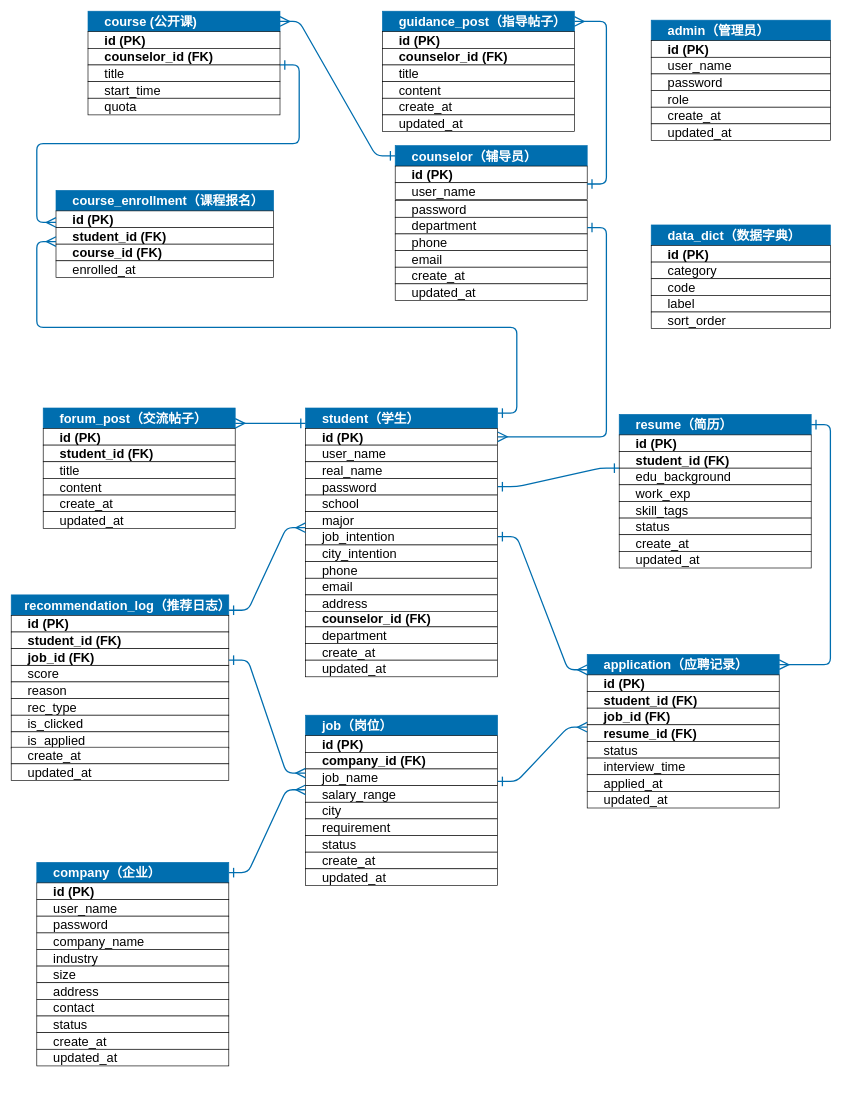
Avocadohxx/career keeps this draw.io diagram as 图表/ER图v3-无数据无中文.drawio. Above is the earlier version. Source tidied: cells renumbered, new cells numbered last; positions are measured from the earlier drawing's top-left corner, leaving out a move shared by most shapes. Both pictures are drawn from the tidied source at 64%, with x=0, y=0 at pixel (11, 11).
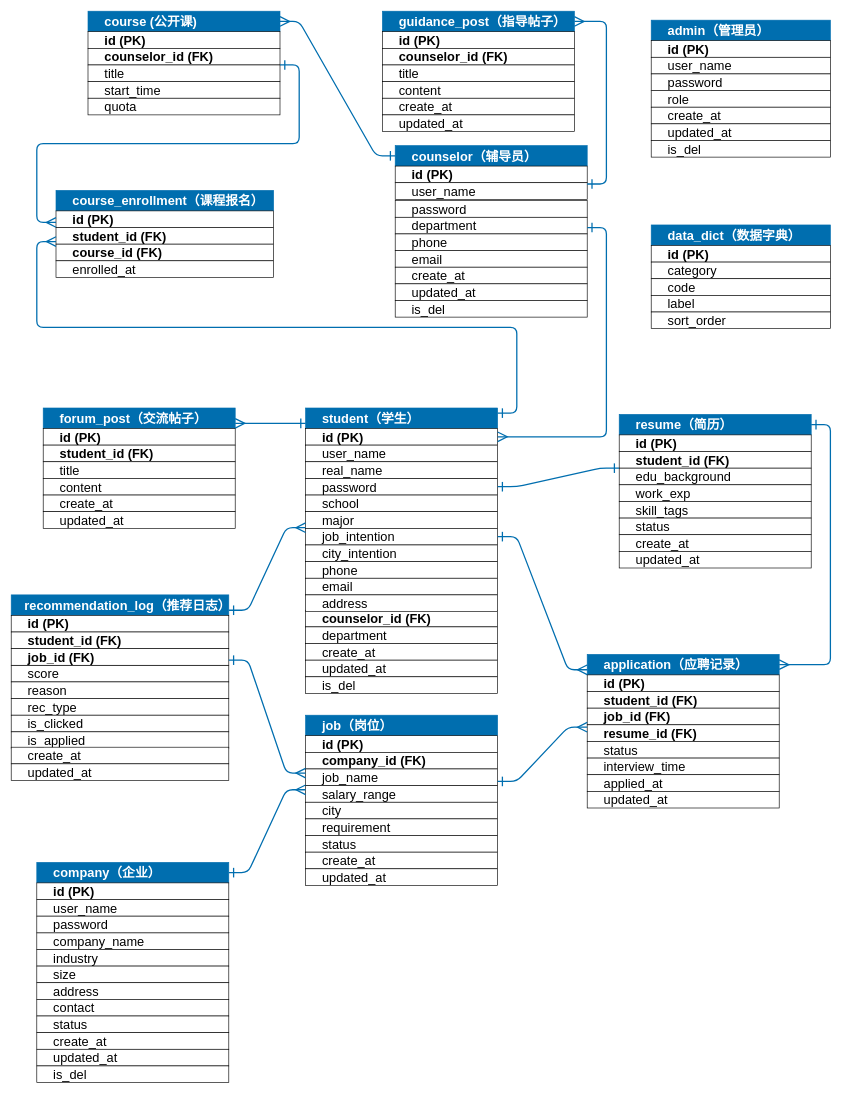
After the change.

Diff of the diagram source:
```diff
@@
+    <mxCell id="129" value="is_del" style="rounded=0;whiteSpace=wrap;html=1;fontSize=20;align=left;spacingLeft=24;" parent="1" vertex="1">
+      <mxGeometry x="460" y="1040" width="300" height="26" as="geometry" />
+    </mxCell>
+    <mxCell id="130" value="is_del" style="rounded=0;whiteSpace=wrap;html=1;fontSize=20;align=left;spacingLeft=24;" parent="1" vertex="1">
+      <mxGeometry x="40" y="1648" width="300" height="26" as="geometry" />
+    </mxCell>
+    <mxCell id="131" value="is_del" style="rounded=0;whiteSpace=wrap;html=1;fontSize=20;align=left;spacingLeft=24;" parent="1" vertex="1">
+      <mxGeometry x="600" y="452" width="300" height="26" as="geometry" />
+    </mxCell>
+    <mxCell id="132" value="is_del" style="rounded=0;whiteSpace=wrap;html=1;fontSize=20;align=left;spacingLeft=24;" parent="1" vertex="1">
+      <mxGeometry x="1000" y="202" width="280" height="26" as="geometry" />
+    </mxCell>
```
